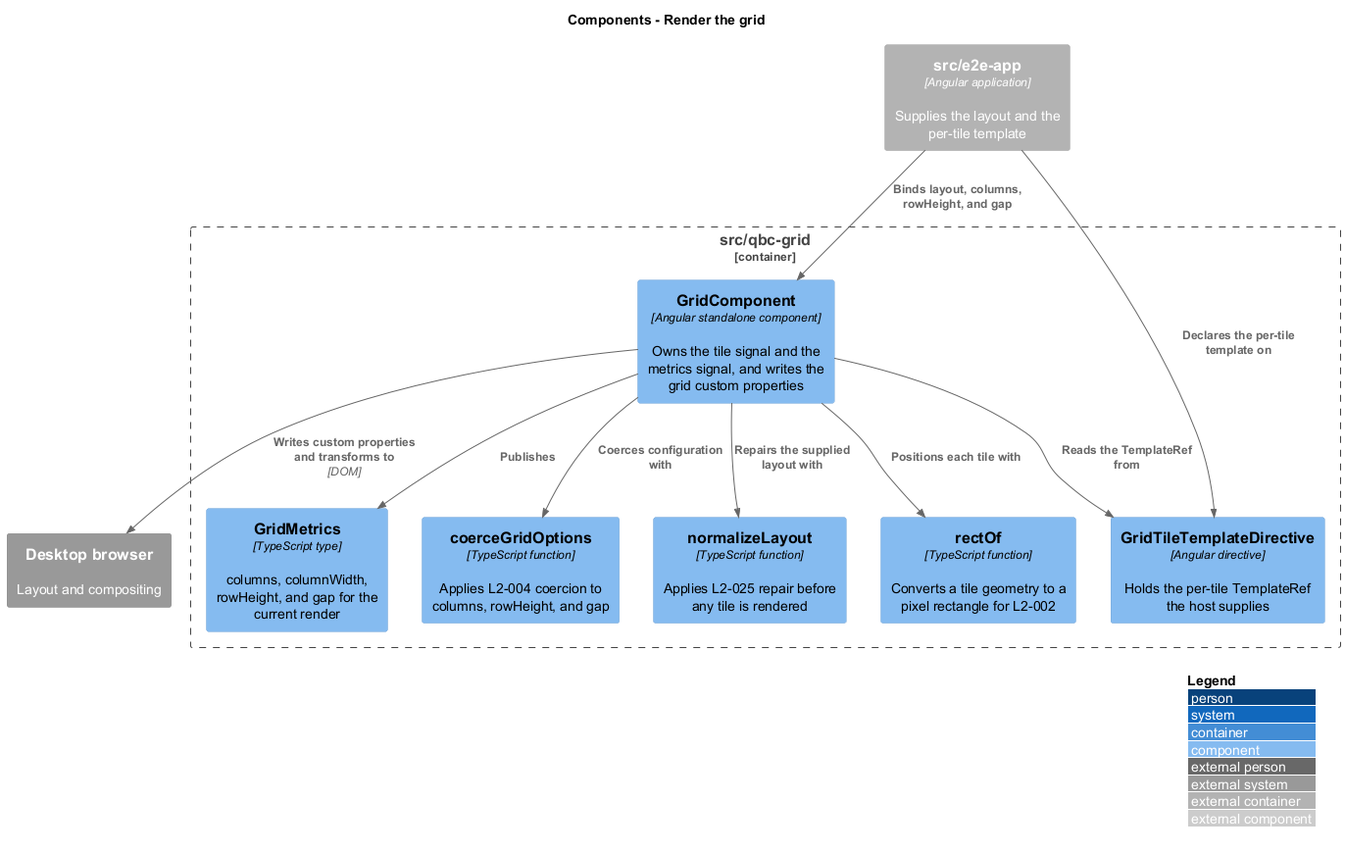
The PlantUML diagram docs/detailed-designs/grid-layout/render-grid/diagrams/c4-component.png in QuinntyneBrown/qbc-grid, before a commit.
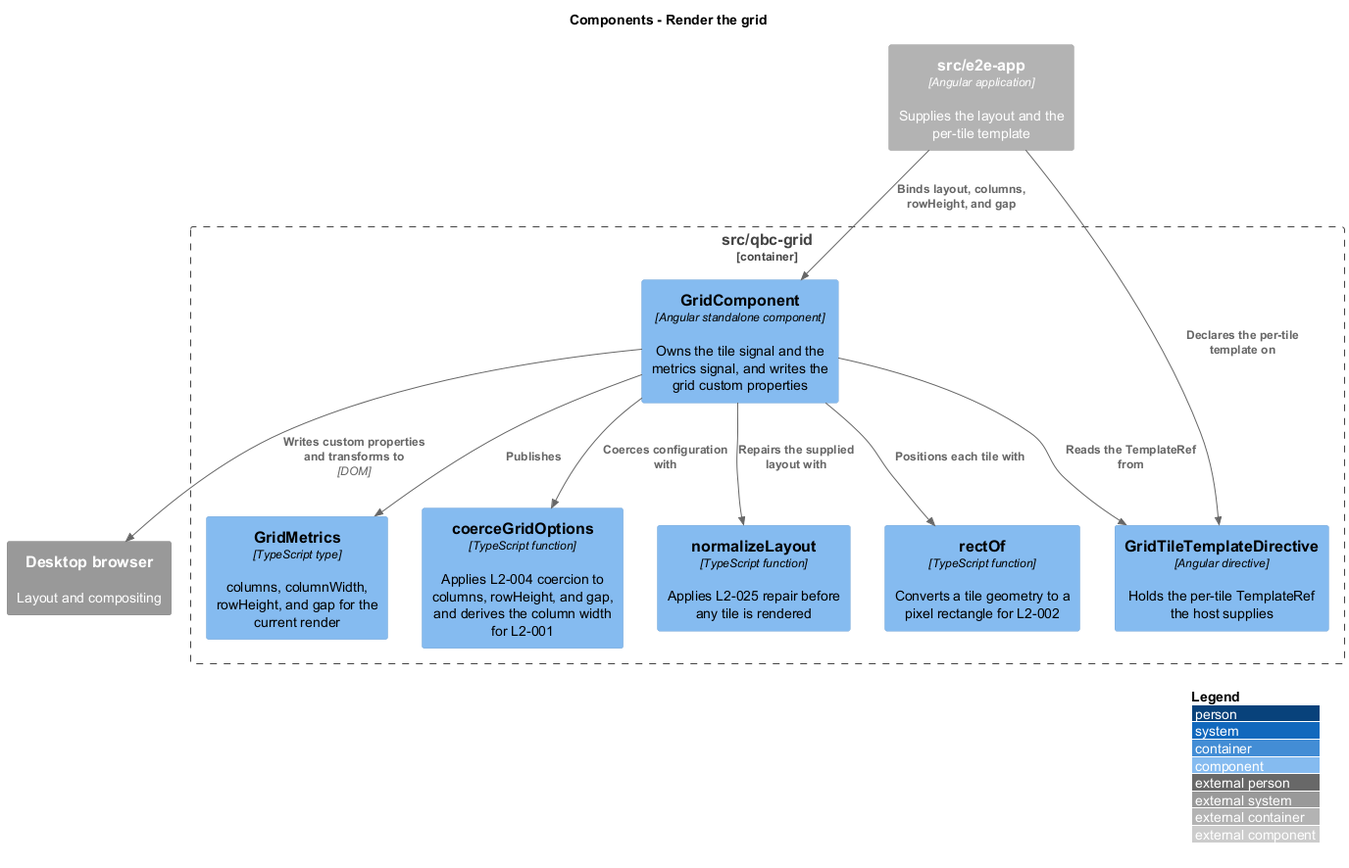
Above is the later version.

Diff of the diagram source:
```diff
@@ -7,7 +7,7 @@
   Component(grid, "GridComponent", "Angular standalone component", "Owns the tile signal and the metrics signal, and writes the grid custom properties")
   Component(tpl, "GridTileTemplateDirective", "Angular directive", "Holds the per-tile TemplateRef the host supplies")
   Component(metrics, "GridMetrics", "TypeScript type", "columns, columnWidth, rowHeight, and gap for the current render")
-  Component(coerce, "coerceGridOptions", "TypeScript function", "Applies L2-004 coercion to columns, rowHeight, and gap")
+  Component(coerce, "coerceGridOptions", "TypeScript function", "Applies L2-004 coercion to columns, rowHeight, and gap, and derives the column width for L2-001")
   Component(normalize, "normalizeLayout", "TypeScript function", "Applies L2-025 repair before any tile is rendered")
   Component(rect, "rectOf", "TypeScript function", "Converts a tile geometry to a pixel rectangle for L2-002")
 }
```
